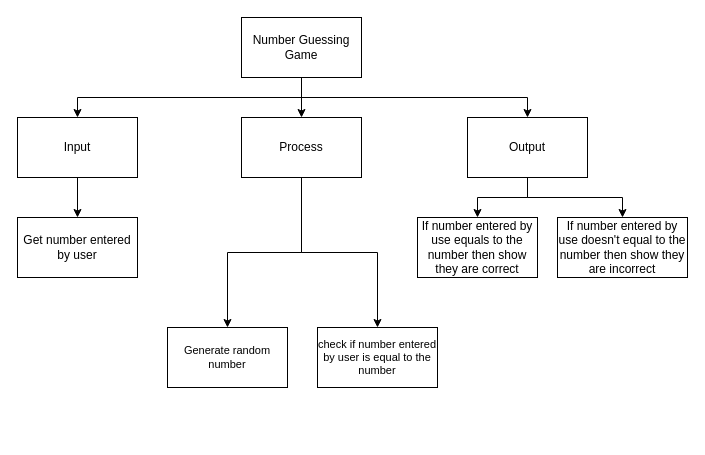
The draw.io diagram design.drawio in michael-clermont1/ICS3U-Unit3-08-Python, before the edit. Source tidied: cells renumbered, new cells numbered last; positions are measured from the earlier drawing's top-left corner, leaving out a move shared by most shapes. Both pictures are drawn from the tidied source at 100%, with x=0, y=0 at pixel (17, 17).
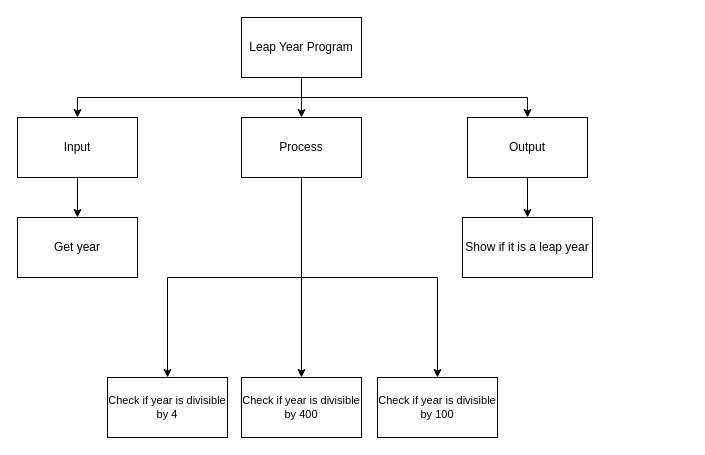
After the change.

The change refers to these unchanged cells:
```xml
<mxCell id="10" value="Process" style="rounded=0;whiteSpace=wrap;html=1;" parent="1" vertex="1">
  <mxGeometry x="224" y="100" width="120" height="60" as="geometry" />
</mxCell>
<mxCell id="13" value="Output" style="rounded=0;whiteSpace=wrap;html=1;" parent="1" vertex="1">
  <mxGeometry x="450" y="100" width="120" height="60" as="geometry" />
</mxCell>
```

Change to the diagram source:
```diff
@@
-    <mxCell id="5" value="Number Guessing Game" style="rounded=0;whiteSpace=wrap;html=1;" parent="1" vertex="1">
+    <mxCell id="5" value="Leap Year Program" style="rounded=0;whiteSpace=wrap;html=1;" parent="1" vertex="1">
       <mxGeometry x="224" width="120" height="60" as="geometry" />
     </mxCell>
@@
+    <mxCell id="19" style="edgeStyle=orthogonalEdgeStyle;html=1;entryX=0.5;entryY=0;entryDx=0;entryDy=0;rounded=0;" parent="1" edge="1" source="10" target="20">
+      <mxGeometry relative="1" as="geometry" />
+    </mxCell>
+    <mxCell id="9" style="edgeStyle=orthogonalEdgeStyle;rounded=0;html=1;entryX=0.5;entryY=0;entryDx=0;entryDy=0;" parent="1" edge="1" source="10" target="18">
+      <mxGeometry relative="1" as="geometry">
+        <Array as="points">
+          <mxPoint x="284" y="260" />
+          <mxPoint x="150" y="260" />
+        </Array>
+      </mxGeometry>
+    </mxCell>
-    <mxCell id="8" style="edgeStyle=orthogonalEdgeStyle;html=1;entryX=0.5;entryY=0;entryDx=0;entryDy=0;rounded=0;" parent="1" edge="1" source="10" target="16">
-      <mxGeometry relative="1" as="geometry" />
+    <mxCell id="8" style="edgeStyle=orthogonalEdgeStyle;rounded=0;html=1;entryX=0.5;entryY=0;entryDx=0;entryDy=0;" parent="1" edge="1" source="10" target="16">
+      <mxGeometry relative="1" as="geometry">
+        <Array as="points">
+          <mxPoint x="284" y="260" />
+          <mxPoint x="420" y="260" />
+        </Array>
+      </mxGeometry>
     </mxCell>
-    <mxCell id="9" style="edgeStyle=orthogonalEdgeStyle;html=1;entryX=0.5;entryY=0;entryDx=0;entryDy=0;rounded=0;" parent="1" edge="1" source="10" target="18">
-      <mxGeometry relative="1" as="geometry" />
-    </mxCell>
@@
-    <mxCell id="11" style="edgeStyle=orthogonalEdgeStyle;html=1;entryX=0.5;entryY=0;entryDx=0;entryDy=0;rounded=0;" parent="1" edge="1" source="13" target="15">
-      <mxGeometry relative="1" as="geometry" />
-    </mxCell>
@@
-    <mxCell id="14" value="Get number entered by user" style="rounded=0;whiteSpace=wrap;html=1;" parent="1" vertex="1">
+    <mxCell id="14" value="Get year" style="rounded=0;whiteSpace=wrap;html=1;" parent="1" vertex="1">
       <mxGeometry y="200" width="120" height="60" as="geometry" />
     </mxCell>
-    <mxCell id="15" value="If number entered by use equals to the number then show they are correct" style="rounded=0;whiteSpace=wrap;html=1;" parent="1" vertex="1">
-      <mxGeometry x="400" y="200" width="120" height="60" as="geometry" />
-    </mxCell>
-    <mxCell id="16" value="check if number entered by user is equal to the number" style="rounded=0;whiteSpace=wrap;html=1;fontFamily=Helvetica;fontSize=11;fontColor=default;" parent="1" vertex="1">
-      <mxGeometry x="300" y="310" width="120" height="60" as="geometry" />
+    <mxCell id="16" value="Check if year is divisible by 100" style="rounded=0;whiteSpace=wrap;html=1;fontFamily=Helvetica;fontSize=11;fontColor=default;" parent="1" vertex="1">
+      <mxGeometry x="360" y="360" width="120" height="60" as="geometry" />
     </mxCell>
-    <mxCell id="17" value="If number entered by use doesn't equal to the number then show they are incorrect" style="rounded=0;whiteSpace=wrap;html=1;" parent="1" vertex="1">
-      <mxGeometry x="540" y="200" width="130" height="60" as="geometry" />
+    <mxCell id="17" value="Show if it is a leap year" style="rounded=0;whiteSpace=wrap;html=1;" parent="1" vertex="1">
+      <mxGeometry x="445" y="200" width="130" height="60" as="geometry" />
     </mxCell>
-    <mxCell id="18" value="Generate random number" style="rounded=0;whiteSpace=wrap;html=1;fontFamily=Helvetica;fontSize=11;fontColor=default;" parent="1" vertex="1">
-      <mxGeometry x="150" y="310" width="120" height="60" as="geometry" />
+    <mxCell id="18" value="Check if year is divisible by 4" style="rounded=0;whiteSpace=wrap;html=1;fontFamily=Helvetica;fontSize=11;fontColor=default;" parent="1" vertex="1">
+      <mxGeometry x="90" y="360" width="120" height="60" as="geometry" />
     </mxCell>
+    <mxCell id="20" value="Check if year is divisible by 400" style="rounded=0;whiteSpace=wrap;html=1;fontFamily=Helvetica;fontSize=11;fontColor=default;" parent="1" vertex="1">
+      <mxGeometry x="224" y="360" width="120" height="60" as="geometry" />
+    </mxCell>
```
